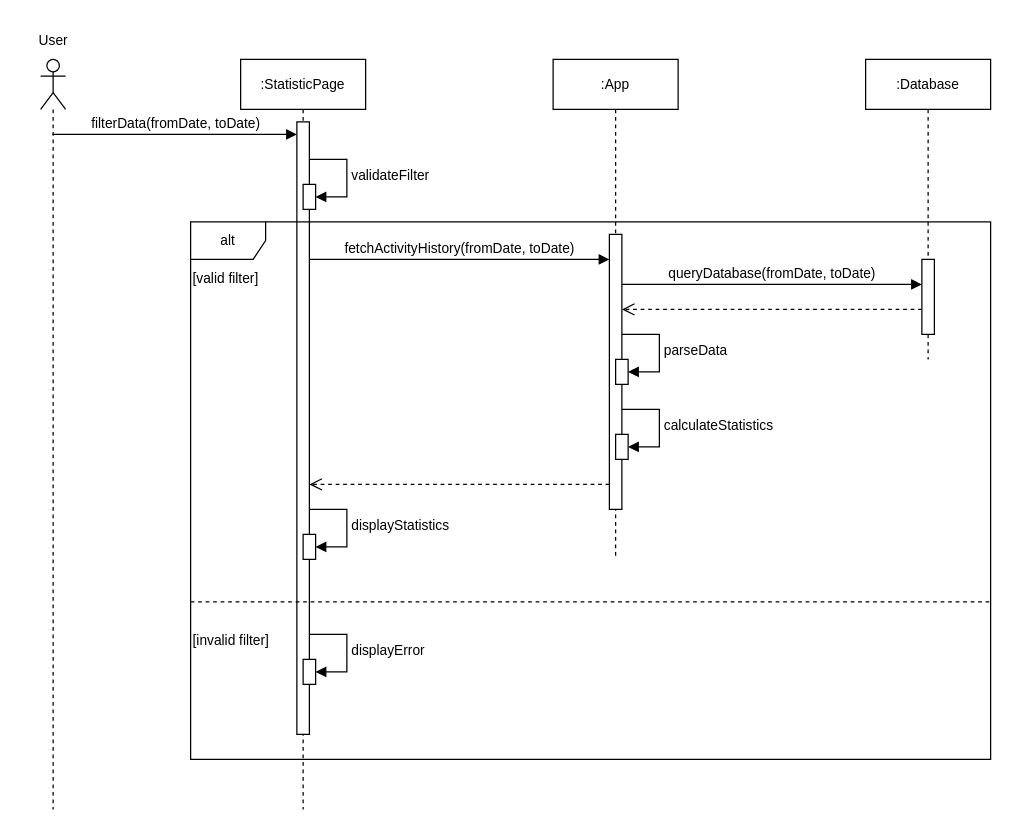
Earlier version of the draw.io diagram page "Page-2" (3 of 3) of CS207/L/final/207.final.drawio (itsdmd/University). Source tidied: cells renumbered, new cells numbered last; positions are measured from the earlier drawing's top-left corner, leaving out a move shared by most shapes. Both pictures are drawn from the tidied source at 125%, with x=0, y=0 at pixel (21, 21).
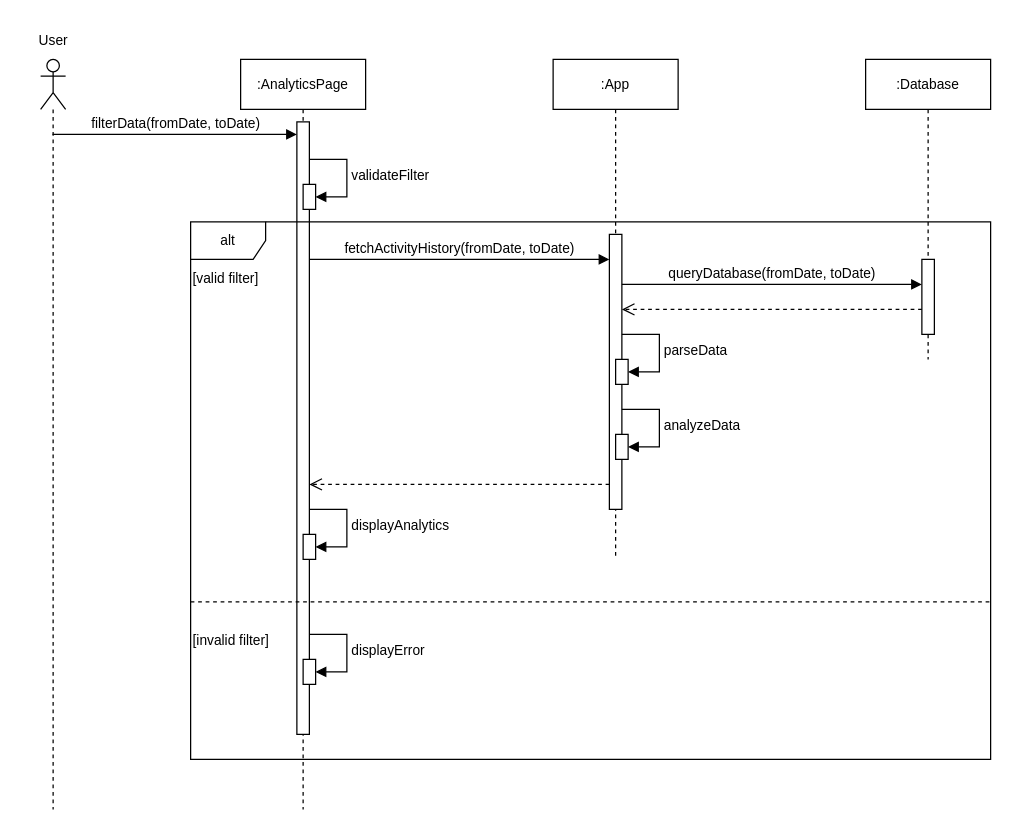
Above is the later version.

The change refers to these unchanged cells:
```xml
<mxCell id="4" value=":App" style="shape=umlLifeline;perimeter=lifelinePerimeter;whiteSpace=wrap;html=1;newEdgeStyle={&quot;curved&quot;:0,&quot;rounded&quot;:0};fontFamily=Helvetica;fontSize=11;fontColor=default;flipH=0;" parent="1" vertex="1">
  <mxGeometry x="425" y="30" width="100" height="400" as="geometry" />
</mxCell>
<mxCell id="8" style="html=1;points=[[0,0,0,0,5],[0,1,0,0,-5],[1,0,0,0,5],[1,1,0,0,-5]];perimeter=orthogonalPerimeter;outlineConnect=0;targetShapes=umlLifeline;portConstraint=eastwest;newEdgeStyle={&quot;curved&quot;:0,&quot;rounded&quot;:0};fontFamily=Helvetica;fontSize=11;fontColor=default;" parent="4" vertex="1">
  <mxGeometry x="50" y="300" width="10" height="20" as="geometry" />
</mxCell>
<mxCell id="16" style="html=1;points=[[0,0,0,0,5],[0,1,0,0,-5],[1,0,0,0,5],[1,1,0,0,-5]];perimeter=orthogonalPerimeter;outlineConnect=0;targetShapes=umlLifeline;portConstraint=eastwest;newEdgeStyle={&quot;curved&quot;:0,&quot;rounded&quot;:0};fontFamily=Helvetica;fontSize=11;fontColor=default;" parent="12" vertex="1">
  <mxGeometry x="50" y="380" width="10" height="20" as="geometry" />
</mxCell>
```

Change to the diagram source:
```diff
@@
-    <mxCell id="9" value="calculateStatistics" style="html=1;align=left;spacingLeft=2;endArrow=block;rounded=0;edgeStyle=orthogonalEdgeStyle;curved=0;rounded=0;labelBackgroundColor=default;strokeColor=default;verticalAlign=middle;fontFamily=Helvetica;fontSize=11;fontColor=default;shape=connector;" parent="4" edge="1" target="8">
+    <mxCell id="9" value="analyzeData" style="html=1;align=left;spacingLeft=2;endArrow=block;rounded=0;edgeStyle=orthogonalEdgeStyle;curved=0;rounded=0;labelBackgroundColor=default;strokeColor=default;verticalAlign=middle;fontFamily=Helvetica;fontSize=11;fontColor=default;shape=connector;" parent="4" edge="1" target="8">
       <mxGeometry relative="1" as="geometry">
         <mxPoint x="55" y="280" as="sourcePoint" />
         <Array as="points">
           <mxPoint x="85" y="310" />
         </Array>
       </mxGeometry>
     </mxCell>
@@
-    <mxCell id="12" value=":StatisticPage" style="shape=umlLifeline;perimeter=lifelinePerimeter;whiteSpace=wrap;html=1;newEdgeStyle={&quot;curved&quot;:0,&quot;rounded&quot;:0};fontFamily=Helvetica;fontSize=11;fontColor=default;flipH=0;" parent="1" vertex="1">
+    <mxCell id="12" value=":AnalyticsPage" style="shape=umlLifeline;perimeter=lifelinePerimeter;whiteSpace=wrap;html=1;newEdgeStyle={&quot;curved&quot;:0,&quot;rounded&quot;:0};fontFamily=Helvetica;fontSize=11;fontColor=default;flipH=0;" parent="1" vertex="1">
       <mxGeometry x="175" y="30" width="100" height="600" as="geometry" />
     </mxCell>
@@
-    <mxCell id="17" value="displayStatistics" style="html=1;align=left;spacingLeft=2;endArrow=block;rounded=0;edgeStyle=orthogonalEdgeStyle;curved=0;rounded=0;labelBackgroundColor=default;strokeColor=default;verticalAlign=middle;fontFamily=Helvetica;fontSize=11;fontColor=default;shape=connector;" parent="12" edge="1" target="16">
+    <mxCell id="17" value="displayAnalytics" style="html=1;align=left;spacingLeft=2;endArrow=block;rounded=0;edgeStyle=orthogonalEdgeStyle;curved=0;rounded=0;labelBackgroundColor=default;strokeColor=default;verticalAlign=middle;fontFamily=Helvetica;fontSize=11;fontColor=default;shape=connector;" parent="12" edge="1" target="16">
       <mxGeometry relative="1" as="geometry">
         <mxPoint x="55" y="360" as="sourcePoint" />
         <Array as="points">
           <mxPoint x="85" y="390" />
         </Array>
       </mxGeometry>
     </mxCell>
```
